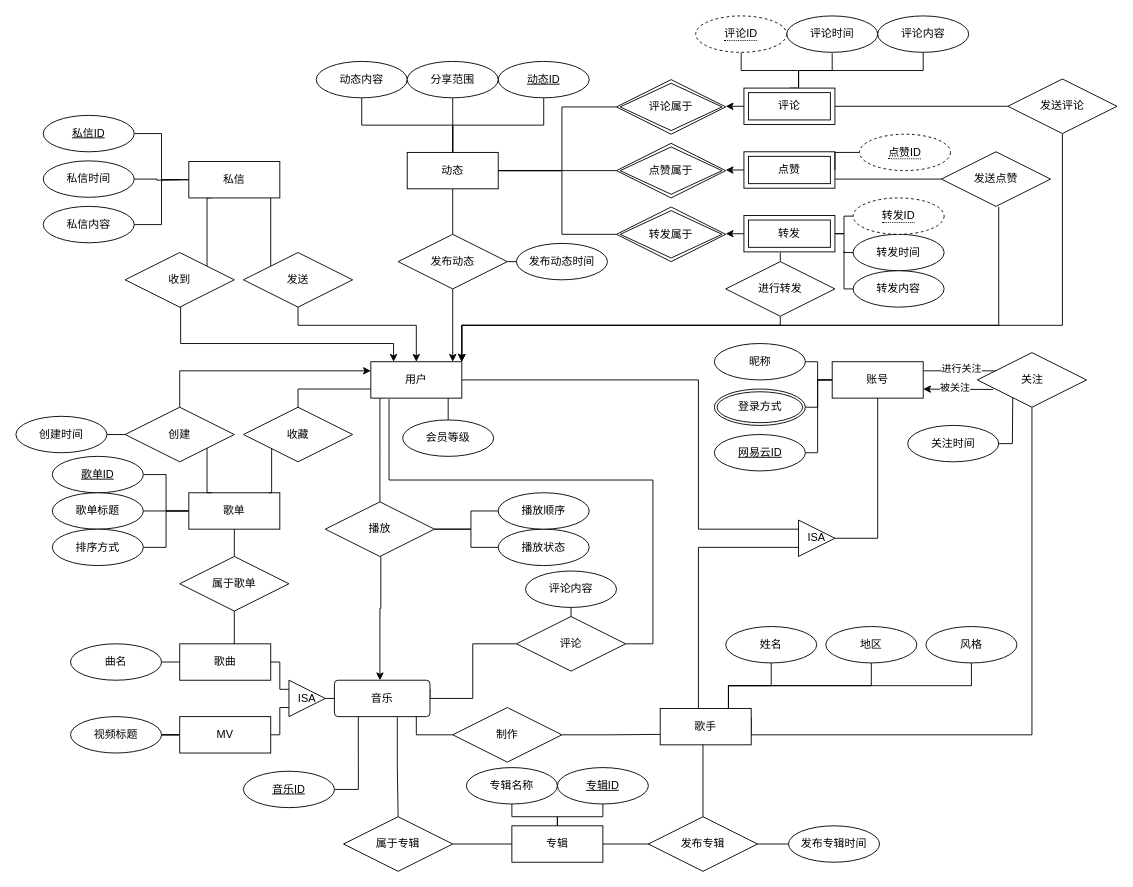
Chengqian-Zhang/Database-Homework keeps this draw.io diagram as 1.Database Application/er model.drawio. Above is the earlier version. Source tidied: cells renumbered, new cells numbered last; positions are measured from the earlier drawing's top-left corner, leaving out a move shared by most shapes. Both pictures are drawn from the tidied source at 91%, with x=0, y=0 at pixel (15, 15).
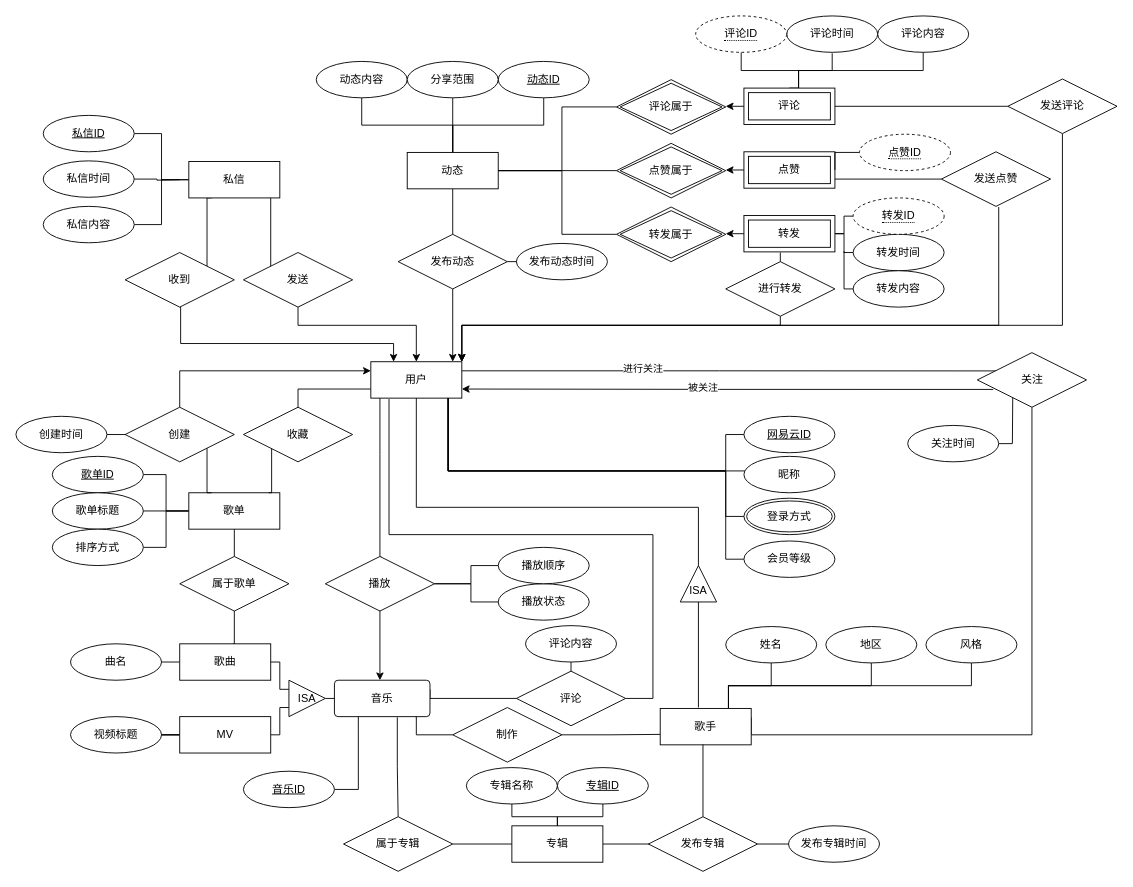
The same page after the edit.

Unchanged cells that the change refers to:
```xml
<mxCell id="10" value="用户" style="whiteSpace=wrap;html=1;align=center;" parent="1" vertex="1">
  <mxGeometry x="390" y="380" width="100" height="40" as="geometry" />
</mxCell>
<mxCell id="15" value="关注" style="shape=rhombus;perimeter=rhombusPerimeter;whiteSpace=wrap;html=1;align=center;" parent="1" vertex="1">
  <mxGeometry x="1056.5" y="370" width="120" height="60" as="geometry" />
</mxCell>
<mxCell id="72" value="歌手" style="whiteSpace=wrap;html=1;align=center;" parent="1" vertex="1">
  <mxGeometry x="708" y="761" width="100" height="40" as="geometry" />
</mxCell>
<mxCell id="139" value="音乐" style="rounded=1;arcSize=10;whiteSpace=wrap;html=1;align=center;" parent="1" vertex="1">
  <mxGeometry x="350" y="730" width="105" height="40" as="geometry" />
</mxCell>
```

Change to the diagram source:
```diff
@@
-    <mxCell id="2" style="edgeStyle=orthogonalEdgeStyle;rounded=0;jettySize=auto;html=1;entryX=0.25;entryY=0.335;entryDx=0;entryDy=0;entryPerimeter=0;endArrow=none;endFill=0;exitX=1;exitY=0.25;exitDx=0;exitDy=0;" parent="1" edge="1" source="148" target="15">
+    <mxCell id="2" style="edgeStyle=orthogonalEdgeStyle;rounded=0;jettySize=auto;html=1;entryX=0.25;entryY=0.335;entryDx=0;entryDy=0;entryPerimeter=0;endArrow=none;endFill=0;exitX=1;exitY=0.25;exitDx=0;exitDy=0;" parent="1" edge="1" source="10" target="15">
       <mxGeometry relative="1" as="geometry" />
     </mxCell>
@@
     <mxCell id="5" style="edgeStyle=orthogonalEdgeStyle;rounded=0;jettySize=auto;html=1;entryX=1;entryY=0.5;entryDx=0;entryDy=0;endArrow=none;endFill=0;" parent="1" edge="1" target="119">
       <mxGeometry relative="1" as="geometry">
         <mxPoint x="410" y="421" as="sourcePoint" />
         <Array as="points">
-          <mxPoint x="410" y="510" />
-          <mxPoint x="700" y="510" />
-          <mxPoint x="700" y="690" />
+          <mxPoint x="410" y="570" />
+          <mxPoint x="700" y="570" />
+          <mxPoint x="700" y="750" />
         </Array>
       </mxGeometry>
     </mxCell>
-    <mxCell id="6" style="edgeStyle=orthogonalEdgeStyle;rounded=0;jettySize=auto;html=1;exitX=0;exitY=0.5;exitDx=0;exitDy=0;entryX=1;entryY=0.5;entryDx=0;entryDy=0;endArrow=none;endFill=0;" parent="1" edge="1" source="148" target="145">
-      <mxGeometry relative="1" as="geometry">
-        <Array as="points">
-          <mxPoint x="881" y="400" />
-          <mxPoint x="881" y="430" />
-        </Array>
-      </mxGeometry>
-    </mxCell>
-    <mxCell id="7" style="edgeStyle=orthogonalEdgeStyle;rounded=0;jettySize=auto;html=1;entryX=1;entryY=0.5;entryDx=0;entryDy=0;endArrow=none;endFill=0;exitX=0;exitY=0.5;exitDx=0;exitDy=0;" parent="1" edge="1" source="148" target="127">
-      <mxGeometry relative="1" as="geometry">
-        <Array as="points">
-          <mxPoint x="881" y="400" />
-          <mxPoint x="881" y="480" />
-        </Array>
-      </mxGeometry>
-    </mxCell>
-    <mxCell id="8" style="edgeStyle=orthogonalEdgeStyle;rounded=0;jettySize=auto;html=1;entryX=1;entryY=0.5;entryDx=0;entryDy=0;endArrow=none;endFill=0;exitX=0;exitY=0.5;exitDx=0;exitDy=0;" parent="1" edge="1" source="148" target="128">
-      <mxGeometry relative="1" as="geometry">
-        <Array as="points">
-          <mxPoint x="881" y="400" />
-          <mxPoint x="881" y="380" />
-        </Array>
-      </mxGeometry>
-    </mxCell>
-    <mxCell id="9" style="edgeStyle=orthogonalEdgeStyle;rounded=0;jettySize=auto;html=1;entryX=0;entryY=0.25;entryDx=0;entryDy=0;endArrow=none;endFill=0;" parent="1" edge="1" source="10" target="152">
-      <mxGeometry relative="1" as="geometry">
-        <Array as="points">
-          <mxPoint x="750" y="400" />
-          <mxPoint x="750" y="564" />
-        </Array>
-      </mxGeometry>
-    </mxCell>
@@
-    <mxCell id="11" style="edgeStyle=orthogonalEdgeStyle;rounded=0;jettySize=auto;html=1;exitX=0.145;exitY=0.674;exitDx=0;exitDy=0;exitPerimeter=0;entryX=1;entryY=0.75;entryDx=0;entryDy=0;" parent="1" edge="1" source="15" target="148">
+    <mxCell id="11" style="edgeStyle=orthogonalEdgeStyle;rounded=0;jettySize=auto;html=1;exitX=0.145;exitY=0.674;exitDx=0;exitDy=0;exitPerimeter=0;entryX=1;entryY=0.75;entryDx=0;entryDy=0;" parent="1" edge="1" source="15" target="10">
       <mxGeometry relative="1" as="geometry" />
     </mxCell>
@@
     <mxCell id="57" style="edgeStyle=orthogonalEdgeStyle;rounded=0;jettySize=auto;html=1;entryX=0;entryY=0.5;entryDx=0;entryDy=0;endArrow=none;endFill=0;exitX=1;exitY=0.5;exitDx=0;exitDy=0;" parent="1" edge="1" source="60" target="117">
       <mxGeometry relative="1" as="geometry">
         <Array as="points">
-          <mxPoint x="500" y="564" />
-          <mxPoint x="500" y="584" />
+          <mxPoint x="500" y="624" />
+          <mxPoint x="500" y="644" />
         </Array>
       </mxGeometry>
     </mxCell>
@@
     <mxCell id="59" style="edgeStyle=orthogonalEdgeStyle;rounded=0;jettySize=auto;html=1;endArrow=none;endFill=0;exitX=1;exitY=0.5;exitDx=0;exitDy=0;" parent="1" edge="1" source="60" target="120">
       <mxGeometry relative="1" as="geometry">
         <Array as="points">
-          <mxPoint x="500" y="564" />
-          <mxPoint x="500" y="544" />
+          <mxPoint x="500" y="624" />
+          <mxPoint x="500" y="604" />
         </Array>
       </mxGeometry>
     </mxCell>
     <mxCell id="60" value="播放" style="shape=rhombus;perimeter=rhombusPerimeter;whiteSpace=wrap;html=1;align=center;" parent="1" vertex="1">
-      <mxGeometry x="340" y="534" width="120" height="60" as="geometry" />
+      <mxGeometry x="340" y="594" width="120" height="60" as="geometry" />
     </mxCell>
@@
-    <mxCell id="71" style="edgeStyle=orthogonalEdgeStyle;rounded=0;jettySize=auto;html=1;entryX=0;entryY=0.75;entryDx=0;entryDy=0;endArrow=none;endFill=0;" parent="1" edge="1" source="72" target="152">
-      <mxGeometry relative="1" as="geometry">
-        <Array as="points">
-          <mxPoint x="750" y="584" />
-        </Array>
-      </mxGeometry>
-    </mxCell>
@@
     <mxCell id="117" value="播放状态" style="ellipse;whiteSpace=wrap;html=1;align=center;" parent="1" vertex="1">
-      <mxGeometry x="530" y="564" width="100" height="40" as="geometry" />
+      <mxGeometry x="530" y="624" width="100" height="40" as="geometry" />
     </mxCell>
-    <mxCell id="118" style="edgeStyle=orthogonalEdgeStyle;rounded=0;jettySize=auto;html=1;entryX=1;entryY=0.25;entryDx=0;entryDy=0;endArrow=none;endFill=0;" parent="1" edge="1" source="119" target="139">
+    <mxCell id="118" style="edgeStyle=orthogonalEdgeStyle;rounded=0;jettySize=auto;html=1;entryX=1;entryY=0.25;entryDx=0;entryDy=0;endArrow=none;endFill=0;exitX=0;exitY=0.5;exitDx=0;exitDy=0;" parent="1" edge="1" source="119" target="139">
       <mxGeometry relative="1" as="geometry">
         <Array as="points">
-          <mxPoint x="502" y="690" />
-          <mxPoint x="502" y="750" />
           <mxPoint x="455" y="750" />
         </Array>
       </mxGeometry>
     </mxCell>
     <mxCell id="119" value="评论" style="shape=rhombus;perimeter=rhombusPerimeter;whiteSpace=wrap;html=1;align=center;" parent="1" vertex="1">
-      <mxGeometry x="550" y="660" width="120" height="60" as="geometry" />
+      <mxGeometry x="550" y="720" width="120" height="60" as="geometry" />
     </mxCell>
     <mxCell id="120" value="播放顺序" style="ellipse;whiteSpace=wrap;html=1;align=center;" parent="1" vertex="1">
-      <mxGeometry x="530" y="524" width="100" height="40" as="geometry" />
+      <mxGeometry x="530" y="584" width="100" height="40" as="geometry" />
     </mxCell>
@@
     <mxCell id="126" value="评论内容" style="ellipse;whiteSpace=wrap;html=1;align=center;" parent="1" vertex="1">
-      <mxGeometry x="560" y="610" width="100" height="40" as="geometry" />
+      <mxGeometry x="560" y="670" width="100" height="40" as="geometry" />
     </mxCell>
+    <mxCell id="153" style="edgeStyle=orthogonalEdgeStyle;rounded=0;jettySize=auto;html=1;entryX=0.853;entryY=0.997;entryDx=0;entryDy=0;entryPerimeter=0;exitX=0;exitY=0.5;exitDx=0;exitDy=0;endArrow=none;endFill=0;" parent="1" edge="1" source="127" target="10">
+      <mxGeometry relative="1" as="geometry">
+        <Array as="points">
+          <mxPoint x="780" y="460" />
+          <mxPoint x="780" y="500" />
+          <mxPoint x="475" y="500" />
+        </Array>
+      </mxGeometry>
+    </mxCell>
     <mxCell id="127" value="&lt;u&gt;网易云ID&lt;/u&gt;" style="ellipse;whiteSpace=wrap;html=1;align=center;" parent="1" vertex="1">
-      <mxGeometry x="767.5" y="460" width="100" height="40" as="geometry" />
+      <mxGeometry x="800" y="440" width="100" height="40" as="geometry" />
     </mxCell>
+    <mxCell id="154" style="edgeStyle=orthogonalEdgeStyle;rounded=0;jettySize=auto;html=1;entryX=0.848;entryY=1.017;entryDx=0;entryDy=0;entryPerimeter=0;endArrow=none;endFill=0;" parent="1" edge="1" source="128" target="10">
+      <mxGeometry relative="1" as="geometry">
+        <Array as="points">
+          <mxPoint x="475" y="500" />
+        </Array>
+      </mxGeometry>
+    </mxCell>
     <mxCell id="128" value="昵称" style="ellipse;whiteSpace=wrap;html=1;align=center;" parent="1" vertex="1">
-      <mxGeometry x="767.5" y="360" width="100" height="40" as="geometry" />
+      <mxGeometry x="800" y="484" width="100" height="40" as="geometry" />
     </mxCell>
@@
+    <mxCell id="155" style="edgeStyle=orthogonalEdgeStyle;rounded=0;orthogonalLoop=1;jettySize=auto;html=1;entryX=0.847;entryY=0.992;entryDx=0;entryDy=0;entryPerimeter=0;endArrow=none;endFill=0;" parent="1" edge="1">
+      <mxGeometry relative="1" as="geometry">
+        <mxPoint x="800" y="550" as="sourcePoint" />
+        <mxPoint x="474.7" y="419.7" as="targetPoint" />
+        <Array as="points">
+          <mxPoint x="780" y="550" />
+          <mxPoint x="780" y="500" />
+          <mxPoint x="475" y="500" />
+        </Array>
+      </mxGeometry>
+    </mxCell>
     <mxCell id="145" value="登录方式" style="ellipse;shape=doubleEllipse;margin=3;whiteSpace=wrap;html=1;align=center;" parent="1" vertex="1">
-      <mxGeometry x="767.5" y="410" width="100" height="40" as="geometry" />
+      <mxGeometry x="800" y="530" width="100" height="40" as="geometry" />
     </mxCell>
@@
-    <mxCell id="148" value="账号" style="whiteSpace=wrap;html=1;align=center;" parent="1" vertex="1">
-      <mxGeometry x="897" y="380" width="100" height="40" as="geometry" />
-    </mxCell>
-    <mxCell id="149" style="edgeStyle=orthogonalEdgeStyle;rounded=0;jettySize=auto;html=1;endArrow=none;endFill=0;" parent="1" edge="1" source="150">
+    <mxCell id="149" style="edgeStyle=orthogonalEdgeStyle;rounded=0;orthogonalLoop=1;jettySize=auto;html=1;endArrow=none;endFill=0;" parent="1" edge="1">
       <mxGeometry relative="1" as="geometry">
+        <mxPoint x="800" y="597" as="sourcePoint" />
         <mxPoint x="475" y="420" as="targetPoint" />
         <Array as="points">
-          <mxPoint x="475" y="420" />
+          <mxPoint x="780" y="597" />
+          <mxPoint x="780" y="500" />
+          <mxPoint x="475" y="500" />
         </Array>
       </mxGeometry>
     </mxCell>
     <mxCell id="150" value="会员等级" style="ellipse;whiteSpace=wrap;html=1;align=center;" parent="1" vertex="1">
-      <mxGeometry x="425" y="444" width="100" height="40" as="geometry" />
+      <mxGeometry x="800" y="577" width="100" height="40" as="geometry" />
     </mxCell>
-    <mxCell id="151" style="edgeStyle=orthogonalEdgeStyle;rounded=0;jettySize=auto;html=1;entryX=0.5;entryY=1;entryDx=0;entryDy=0;endArrow=none;endFill=0;" parent="1" edge="1" source="152" target="148">
-      <mxGeometry relative="1" as="geometry">
-        <Array as="points">
-          <mxPoint x="947" y="574" />
-        </Array>
-      </mxGeometry>
-    </mxCell>
+    <mxCell id="156" style="edgeStyle=orthogonalEdgeStyle;rounded=0;jettySize=auto;html=1;entryX=0.42;entryY=-0.025;entryDx=0;entryDy=0;entryPerimeter=0;endArrow=none;endFill=0;" parent="1" edge="1" source="152" target="72">
+      <mxGeometry relative="1" as="geometry" />
+    </mxCell>
+    <mxCell id="157" style="edgeStyle=orthogonalEdgeStyle;rounded=0;jettySize=auto;html=1;entryX=0.5;entryY=1;entryDx=0;entryDy=0;endArrow=none;endFill=0;" parent="1" edge="1" source="152" target="10">
+      <mxGeometry relative="1" as="geometry">
+        <Array as="points">
+          <mxPoint x="750" y="540" />
+          <mxPoint x="440" y="540" />
+        </Array>
+      </mxGeometry>
+    </mxCell>
-    <mxCell id="152" value="ISA" style="triangle;whiteSpace=wrap;html=1;" parent="1" vertex="1">
-      <mxGeometry x="860" y="554" width="40" height="40" as="geometry" />
+    <mxCell id="152" style="triangle;whiteSpace=wrap;html=1;rotation=-90;" parent="1" vertex="1">
+      <mxGeometry x="730" y="604" width="40" height="40" as="geometry" />
     </mxCell>
+    <mxCell id="158" value="ISA" style="text;html=1;strokeColor=none;fillColor=none;align=center;verticalAlign=middle;whiteSpace=wrap;rounded=0;" parent="1" vertex="1">
+      <mxGeometry x="720" y="617" width="60" height="30" as="geometry" />
+    </mxCell>
```
